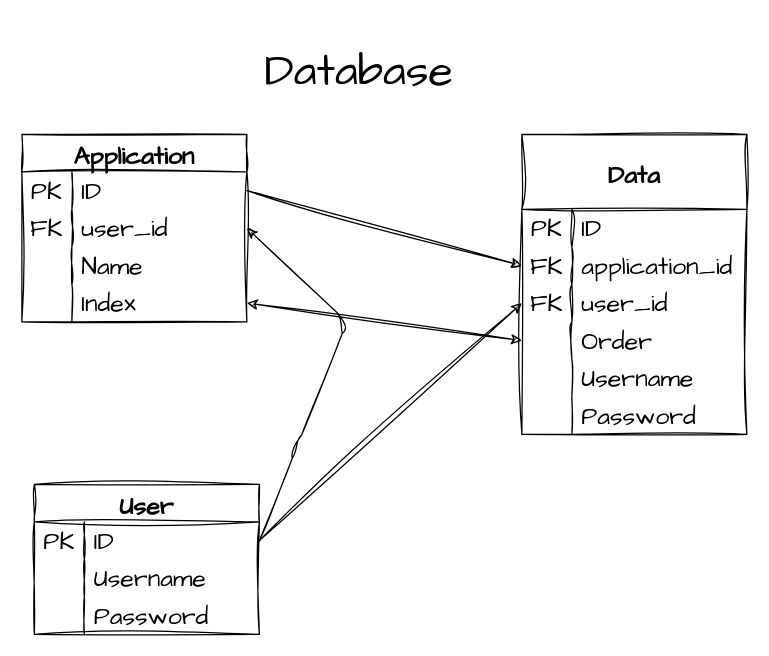
Above: application/data/dataroute.drawio in Mainm0e/PasswordManager (draw.io), before the change. Source tidied: cells renumbered, new cells numbered last; positions are measured from the earlier drawing's top-left corner, leaving out a move shared by most shapes. Both pictures are drawn from the tidied source at 125%, with x=0, y=0 at pixel (21, 21).
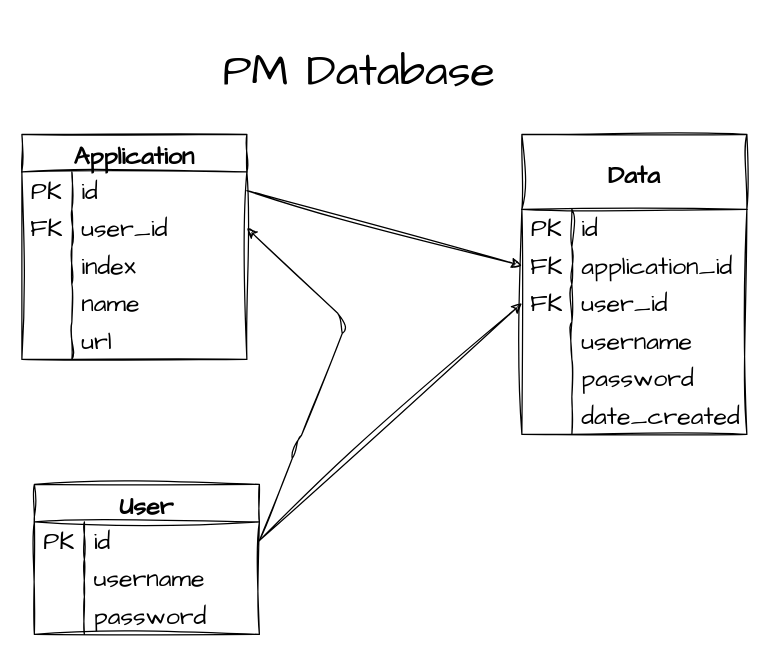
The same diagram, later.

Commit message (it also covers changes not shown here):
Add data package and create database tables

The change refers to these unchanged cells:
```xml
<mxCell id="5" style="shape=tableRow;horizontal=0;startSize=0;swimlaneHead=0;swimlaneBody=0;top=0;left=0;bottom=0;right=0;fillColor=none;points=[[0,0.5],[1,0.5]];portConstraint=eastwest;sketch=1;hachureGap=4;jiggle=2;curveFitting=1;fontFamily=Architects Daughter;fontSize=20;" parent="4" vertex="1">
  <mxGeometry y="30" width="180" height="30" as="geometry" />
</mxCell>
<mxCell id="8" style="shape=tableRow;horizontal=0;startSize=0;swimlaneHead=0;swimlaneBody=0;top=0;left=0;bottom=0;right=0;fillColor=none;sketch=1;hachureGap=4;jiggle=2;curveFitting=1;fontFamily=Architects Daughter;fontSize=20;" parent="4" vertex="1">
  <mxGeometry y="60" width="180" height="30" as="geometry" />
</mxCell>
<mxCell id="11" style="shape=tableRow;horizontal=0;startSize=0;swimlaneHead=0;swimlaneBody=0;top=0;left=0;bottom=0;right=0;fillColor=none;sketch=1;hachureGap=4;jiggle=2;curveFitting=1;fontFamily=Architects Daughter;fontSize=20;" parent="4" vertex="1">
  <mxGeometry y="90" width="180" height="30" as="geometry" />
</mxCell>
<mxCell id="15" style="shape=tableRow;horizontal=0;startSize=0;swimlaneHead=0;swimlaneBody=0;top=0;left=0;bottom=0;right=0;fillColor=none;points=[[0,0.5],[1,0.5]];portConstraint=eastwest;sketch=1;hachureGap=4;jiggle=2;curveFitting=1;fontFamily=Architects Daughter;fontSize=20;" parent="14" vertex="1">
  <mxGeometry y="30" width="180" height="30" as="geometry" />
</mxCell>
<mxCell id="27" value="Data" style="shape=table;startSize=60;childLayout=tableLayout;rowLines=0;fontStyle=1;sketch=1;hachureGap=4;jiggle=2;curveFitting=1;fontFamily=Architects Daughter;fontSize=20;fillColor=none;" parent="1" vertex="1">
  <mxGeometry x="400" y="90" width="180" height="240" as="geometry" />
</mxCell>
<mxCell id="28" style="shape=tableRow;horizontal=0;startSize=0;swimlaneHead=0;swimlaneBody=0;top=0;left=0;bottom=0;right=0;fillColor=none;sketch=1;hachureGap=4;jiggle=2;curveFitting=1;fontFamily=Architects Daughter;fontSize=20;" parent="27" vertex="1">
  <mxGeometry y="60" width="180" height="30" as="geometry" />
</mxCell>
```

Diff of the diagram source:
```diff
@@
-    <mxCell id="7" value="ID" style="shape=partialRectangle;html=1;whiteSpace=wrap;fillColor=none;top=0;left=0;bottom=0;right=0;align=left;spacingLeft=6;overflow=hidden;sketch=1;hachureGap=4;jiggle=2;curveFitting=1;fontFamily=Architects Daughter;fontSize=20;" parent="5" vertex="1">
+    <mxCell id="7" value="id" style="shape=partialRectangle;html=1;whiteSpace=wrap;fillColor=none;top=0;left=0;bottom=0;right=0;align=left;spacingLeft=6;overflow=hidden;sketch=1;hachureGap=4;jiggle=2;curveFitting=1;fontFamily=Architects Daughter;fontSize=20;" parent="5" vertex="1">
       <mxGeometry x="40" width="140" height="30" as="geometry" />
     </mxCell>
@@
-    <mxCell id="10" value="Username" style="shape=partialRectangle;html=1;whiteSpace=wrap;fillColor=none;top=0;left=0;bottom=0;right=0;align=left;spacingLeft=6;overflow=hidden;sketch=1;hachureGap=4;jiggle=2;curveFitting=1;fontFamily=Architects Daughter;fontSize=20;" parent="8" vertex="1">
+    <mxCell id="10" value="username" style="shape=partialRectangle;html=1;whiteSpace=wrap;fillColor=none;top=0;left=0;bottom=0;right=0;align=left;spacingLeft=6;overflow=hidden;sketch=1;hachureGap=4;jiggle=2;curveFitting=1;fontFamily=Architects Daughter;fontSize=20;" parent="8" vertex="1">
       <mxGeometry x="40" width="140" height="30" as="geometry" />
     </mxCell>
@@
-    <mxCell id="13" value="Password" style="shape=partialRectangle;html=1;whiteSpace=wrap;fillColor=none;top=0;left=0;bottom=0;right=0;align=left;spacingLeft=6;overflow=hidden;sketch=1;hachureGap=4;jiggle=2;curveFitting=1;fontFamily=Architects Daughter;fontSize=20;" parent="11" vertex="1">
+    <mxCell id="13" value="password" style="shape=partialRectangle;html=1;whiteSpace=wrap;fillColor=none;top=0;left=0;bottom=0;right=0;align=left;spacingLeft=6;overflow=hidden;sketch=1;hachureGap=4;jiggle=2;curveFitting=1;fontFamily=Architects Daughter;fontSize=20;" parent="11" vertex="1">
       <mxGeometry x="40" width="140" height="30" as="geometry" />
     </mxCell>
     <mxCell id="14" value="Application" style="shape=table;startSize=30;childLayout=tableLayout;rowLines=0;fontStyle=1;sketch=1;hachureGap=4;jiggle=2;curveFitting=1;fontFamily=Architects Daughter;fontSize=20;fillColor=none;" parent="1" vertex="1">
-      <mxGeometry y="90" width="180" height="150" as="geometry" />
+      <mxGeometry y="90" width="180" height="180" as="geometry" />
     </mxCell>
@@
-    <mxCell id="17" value="ID" style="shape=partialRectangle;html=1;whiteSpace=wrap;fillColor=none;top=0;left=0;bottom=0;right=0;align=left;spacingLeft=6;overflow=hidden;sketch=1;hachureGap=4;jiggle=2;curveFitting=1;fontFamily=Architects Daughter;fontSize=20;" parent="15" vertex="1">
+    <mxCell id="17" value="id" style="shape=partialRectangle;html=1;whiteSpace=wrap;fillColor=none;top=0;left=0;bottom=0;right=0;align=left;spacingLeft=6;overflow=hidden;sketch=1;hachureGap=4;jiggle=2;curveFitting=1;fontFamily=Architects Daughter;fontSize=20;" parent="15" vertex="1">
       <mxGeometry x="40" width="140" height="30" as="geometry" />
     </mxCell>
@@
+    <mxCell id="24" style="shape=tableRow;horizontal=0;startSize=0;swimlaneHead=0;swimlaneBody=0;top=0;left=0;bottom=0;right=0;fillColor=none;points=[[0,0.5],[1,0.5]];portConstraint=eastwest;sketch=1;hachureGap=4;jiggle=2;curveFitting=1;fontFamily=Architects Daughter;fontSize=20;" parent="14" vertex="1">
+      <mxGeometry y="90" width="180" height="30" as="geometry" />
+    </mxCell>
+    <mxCell id="25" style="shape=partialRectangle;html=1;whiteSpace=wrap;fillColor=none;top=0;left=0;bottom=0;right=0;overflow=hidden;sketch=1;hachureGap=4;jiggle=2;curveFitting=1;fontFamily=Architects Daughter;fontSize=20;" parent="24" vertex="1">
+      <mxGeometry width="40" height="30" as="geometry" />
+    </mxCell>
+    <mxCell id="26" value="index" style="shape=partialRectangle;html=1;whiteSpace=wrap;fillColor=none;top=0;left=0;bottom=0;right=0;align=left;spacingLeft=6;overflow=hidden;sketch=1;hachureGap=4;jiggle=2;curveFitting=1;fontFamily=Architects Daughter;fontSize=20;" parent="24" vertex="1">
+      <mxGeometry x="40" width="140" height="30" as="geometry" />
+    </mxCell>
     <mxCell id="21" style="shape=tableRow;horizontal=0;startSize=0;swimlaneHead=0;swimlaneBody=0;top=0;left=0;bottom=0;right=0;fillColor=none;sketch=1;hachureGap=4;jiggle=2;curveFitting=1;fontFamily=Architects Daughter;fontSize=20;" parent="14" vertex="1">
-      <mxGeometry y="90" width="180" height="30" as="geometry" />
+      <mxGeometry y="120" width="180" height="30" as="geometry" />
     </mxCell>
@@
-    <mxCell id="23" value="Name" style="shape=partialRectangle;html=1;whiteSpace=wrap;fillColor=none;top=0;left=0;bottom=0;right=0;align=left;spacingLeft=6;overflow=hidden;sketch=1;hachureGap=4;jiggle=2;curveFitting=1;fontFamily=Architects Daughter;fontSize=20;" parent="21" vertex="1">
+    <mxCell id="23" value="name" style="shape=partialRectangle;html=1;whiteSpace=wrap;fillColor=none;top=0;left=0;bottom=0;right=0;align=left;spacingLeft=6;overflow=hidden;sketch=1;hachureGap=4;jiggle=2;curveFitting=1;fontFamily=Architects Daughter;fontSize=20;" parent="21" vertex="1">
       <mxGeometry x="40" width="140" height="30" as="geometry" />
     </mxCell>
-    <mxCell id="24" style="shape=tableRow;horizontal=0;startSize=0;swimlaneHead=0;swimlaneBody=0;top=0;left=0;bottom=0;right=0;fillColor=none;points=[[0,0.5],[1,0.5]];portConstraint=eastwest;sketch=1;hachureGap=4;jiggle=2;curveFitting=1;fontFamily=Architects Daughter;fontSize=20;" parent="14" vertex="1">
-      <mxGeometry y="120" width="180" height="30" as="geometry" />
-    </mxCell>
-    <mxCell id="25" style="shape=partialRectangle;html=1;whiteSpace=wrap;fillColor=none;top=0;left=0;bottom=0;right=0;overflow=hidden;sketch=1;hachureGap=4;jiggle=2;curveFitting=1;fontFamily=Architects Daughter;fontSize=20;" parent="24" vertex="1">
-      <mxGeometry width="40" height="30" as="geometry" />
-    </mxCell>
-    <mxCell id="26" value="Index" style="shape=partialRectangle;html=1;whiteSpace=wrap;fillColor=none;top=0;left=0;bottom=0;right=0;align=left;spacingLeft=6;overflow=hidden;sketch=1;hachureGap=4;jiggle=2;curveFitting=1;fontFamily=Architects Daughter;fontSize=20;" parent="24" vertex="1">
-      <mxGeometry x="40" width="140" height="30" as="geometry" />
-    </mxCell>
+    <mxCell id="37" style="shape=tableRow;horizontal=0;startSize=0;swimlaneHead=0;swimlaneBody=0;top=0;left=0;bottom=0;right=0;fillColor=none;points=[[0,0.5],[1,0.5]];portConstraint=eastwest;sketch=1;hachureGap=4;jiggle=2;curveFitting=1;fontFamily=Architects Daughter;fontSize=20;" parent="14" vertex="1">
+      <mxGeometry y="150" width="180" height="30" as="geometry" />
+    </mxCell>
+    <mxCell id="49" style="shape=partialRectangle;html=1;whiteSpace=wrap;fillColor=none;top=0;left=0;bottom=0;right=0;overflow=hidden;sketch=1;hachureGap=4;jiggle=2;curveFitting=1;fontFamily=Architects Daughter;fontSize=20;" parent="37" vertex="1">
+      <mxGeometry width="40" height="30" as="geometry" />
+    </mxCell>
+    <mxCell id="50" value="url" style="shape=partialRectangle;html=1;whiteSpace=wrap;fillColor=none;top=0;left=0;bottom=0;right=0;align=left;spacingLeft=6;overflow=hidden;sketch=1;hachureGap=4;jiggle=2;curveFitting=1;fontFamily=Architects Daughter;fontSize=20;" parent="37" vertex="1">
+      <mxGeometry x="40" width="140" height="30" as="geometry" />
+    </mxCell>
@@
-    <mxCell id="30" value="ID" style="shape=partialRectangle;html=1;whiteSpace=wrap;fillColor=none;top=0;left=0;bottom=0;right=0;align=left;spacingLeft=6;overflow=hidden;sketch=1;hachureGap=4;jiggle=2;curveFitting=1;fontFamily=Architects Daughter;fontSize=20;" parent="28" vertex="1">
+    <mxCell id="30" value="id" style="shape=partialRectangle;html=1;whiteSpace=wrap;fillColor=none;top=0;left=0;bottom=0;right=0;align=left;spacingLeft=6;overflow=hidden;sketch=1;hachureGap=4;jiggle=2;curveFitting=1;fontFamily=Architects Daughter;fontSize=20;" parent="28" vertex="1">
       <mxGeometry x="40" width="140" height="30" as="geometry" />
     </mxCell>
@@
-    <mxCell id="37" style="shape=tableRow;horizontal=0;startSize=0;swimlaneHead=0;swimlaneBody=0;top=0;left=0;bottom=0;right=0;fillColor=none;points=[[0,0.5],[1,0.5]];portConstraint=eastwest;sketch=1;hachureGap=4;jiggle=2;curveFitting=1;fontFamily=Architects Daughter;fontSize=20;" parent="27" vertex="1">
-      <mxGeometry y="150" width="180" height="30" as="geometry" />
-    </mxCell>
-    <mxCell id="38" style="shape=partialRectangle;html=1;whiteSpace=wrap;fillColor=none;top=0;left=0;bottom=0;right=0;overflow=hidden;sketch=1;hachureGap=4;jiggle=2;curveFitting=1;fontFamily=Architects Daughter;fontSize=20;" parent="37" vertex="1">
-      <mxGeometry width="40" height="30" as="geometry" />
-    </mxCell>
-    <mxCell id="39" value="Order" style="shape=partialRectangle;html=1;whiteSpace=wrap;fillColor=none;top=0;left=0;bottom=0;right=0;align=left;spacingLeft=6;overflow=hidden;sketch=1;hachureGap=4;jiggle=2;curveFitting=1;fontFamily=Architects Daughter;fontSize=20;" parent="37" vertex="1">
-      <mxGeometry x="40" width="140" height="30" as="geometry" />
-    </mxCell>
     <mxCell id="40" style="shape=tableRow;horizontal=0;startSize=0;swimlaneHead=0;swimlaneBody=0;top=0;left=0;bottom=0;right=0;fillColor=none;sketch=1;hachureGap=4;jiggle=2;curveFitting=1;fontFamily=Architects Daughter;fontSize=20;" parent="27" vertex="1">
-      <mxGeometry y="180" width="180" height="30" as="geometry" />
+      <mxGeometry y="150" width="180" height="30" as="geometry" />
     </mxCell>
@@
-    <mxCell id="42" value="Username" style="shape=partialRectangle;html=1;whiteSpace=wrap;fillColor=none;top=0;left=0;bottom=0;right=0;align=left;spacingLeft=6;overflow=hidden;sketch=1;hachureGap=4;jiggle=2;curveFitting=1;fontFamily=Architects Daughter;fontSize=20;" parent="40" vertex="1">
+    <mxCell id="42" value="username" style="shape=partialRectangle;html=1;whiteSpace=wrap;fillColor=none;top=0;left=0;bottom=0;right=0;align=left;spacingLeft=6;overflow=hidden;sketch=1;hachureGap=4;jiggle=2;curveFitting=1;fontFamily=Architects Daughter;fontSize=20;" parent="40" vertex="1">
       <mxGeometry x="40" width="140" height="30" as="geometry" />
     </mxCell>
     <mxCell id="43" style="shape=tableRow;horizontal=0;startSize=0;swimlaneHead=0;swimlaneBody=0;top=0;left=0;bottom=0;right=0;fillColor=none;sketch=1;hachureGap=4;jiggle=2;curveFitting=1;fontFamily=Architects Daughter;fontSize=20;" parent="27" vertex="1">
-      <mxGeometry y="210" width="180" height="30" as="geometry" />
+      <mxGeometry y="180" width="180" height="30" as="geometry" />
     </mxCell>
@@
-    <mxCell id="45" value="Password" style="shape=partialRectangle;html=1;whiteSpace=wrap;fillColor=none;top=0;left=0;bottom=0;right=0;align=left;spacingLeft=6;overflow=hidden;sketch=1;hachureGap=4;jiggle=2;curveFitting=1;fontFamily=Architects Daughter;fontSize=20;" parent="43" vertex="1">
+    <mxCell id="45" value="password" style="shape=partialRectangle;html=1;whiteSpace=wrap;fillColor=none;top=0;left=0;bottom=0;right=0;align=left;spacingLeft=6;overflow=hidden;sketch=1;hachureGap=4;jiggle=2;curveFitting=1;fontFamily=Architects Daughter;fontSize=20;" parent="43" vertex="1">
       <mxGeometry x="40" width="140" height="30" as="geometry" />
     </mxCell>
-    <mxCell id="46" style="endArrow=classic;startArrow=classic;html=1;sketch=1;hachureGap=4;jiggle=2;curveFitting=1;fontFamily=Architects Daughter;fontSize=16;exitX=1;exitY=0.5;exitDx=0;exitDy=0;entryX=0;entryY=0.5;entryDx=0;entryDy=0;" parent="1" edge="1" source="24" target="37">
-      <mxGeometry relative="1" as="geometry" />
-    </mxCell>
+    <mxCell id="51" style="shape=tableRow;horizontal=0;startSize=0;swimlaneHead=0;swimlaneBody=0;top=0;left=0;bottom=0;right=0;fillColor=none;sketch=1;hachureGap=4;jiggle=2;curveFitting=1;fontFamily=Architects Daughter;fontSize=20;" parent="27" vertex="1">
+      <mxGeometry y="210" width="180" height="30" as="geometry" />
+    </mxCell>
+    <mxCell id="52" style="shape=partialRectangle;html=1;whiteSpace=wrap;fillColor=none;top=0;left=0;bottom=0;right=0;overflow=hidden;sketch=1;hachureGap=4;jiggle=2;curveFitting=1;fontFamily=Architects Daughter;fontSize=20;" parent="51" vertex="1">
+      <mxGeometry width="40" height="30" as="geometry" />
+    </mxCell>
+    <mxCell id="53" value="date_created" style="shape=partialRectangle;html=1;whiteSpace=wrap;fillColor=none;top=0;left=0;bottom=0;right=0;align=left;spacingLeft=6;overflow=hidden;sketch=1;hachureGap=4;jiggle=2;curveFitting=1;fontFamily=Architects Daughter;fontSize=20;" parent="51" vertex="1">
+      <mxGeometry x="40" width="140" height="30" as="geometry" />
+    </mxCell>
-    <mxCell id="47" value="&lt;font style=&quot;font-size: 36px;&quot;&gt;Database&lt;/font&gt;" style="text;html=1;strokeColor=none;fillColor=none;align=center;verticalAlign=middle;whiteSpace=wrap;rounded=0;sketch=1;hachureGap=4;jiggle=2;curveFitting=1;fontFamily=Architects Daughter;fontSize=20;" parent="1" vertex="1">
+    <mxCell id="47" value="&lt;font style=&quot;font-size: 36px;&quot;&gt;PM Database&lt;/font&gt;" style="text;html=1;strokeColor=none;fillColor=none;align=center;verticalAlign=middle;whiteSpace=wrap;rounded=0;sketch=1;hachureGap=4;jiggle=2;curveFitting=1;fontFamily=Architects Daughter;fontSize=20;" parent="1" vertex="1">
       <mxGeometry x="130" width="280" height="80" as="geometry" />
     </mxCell>
```
